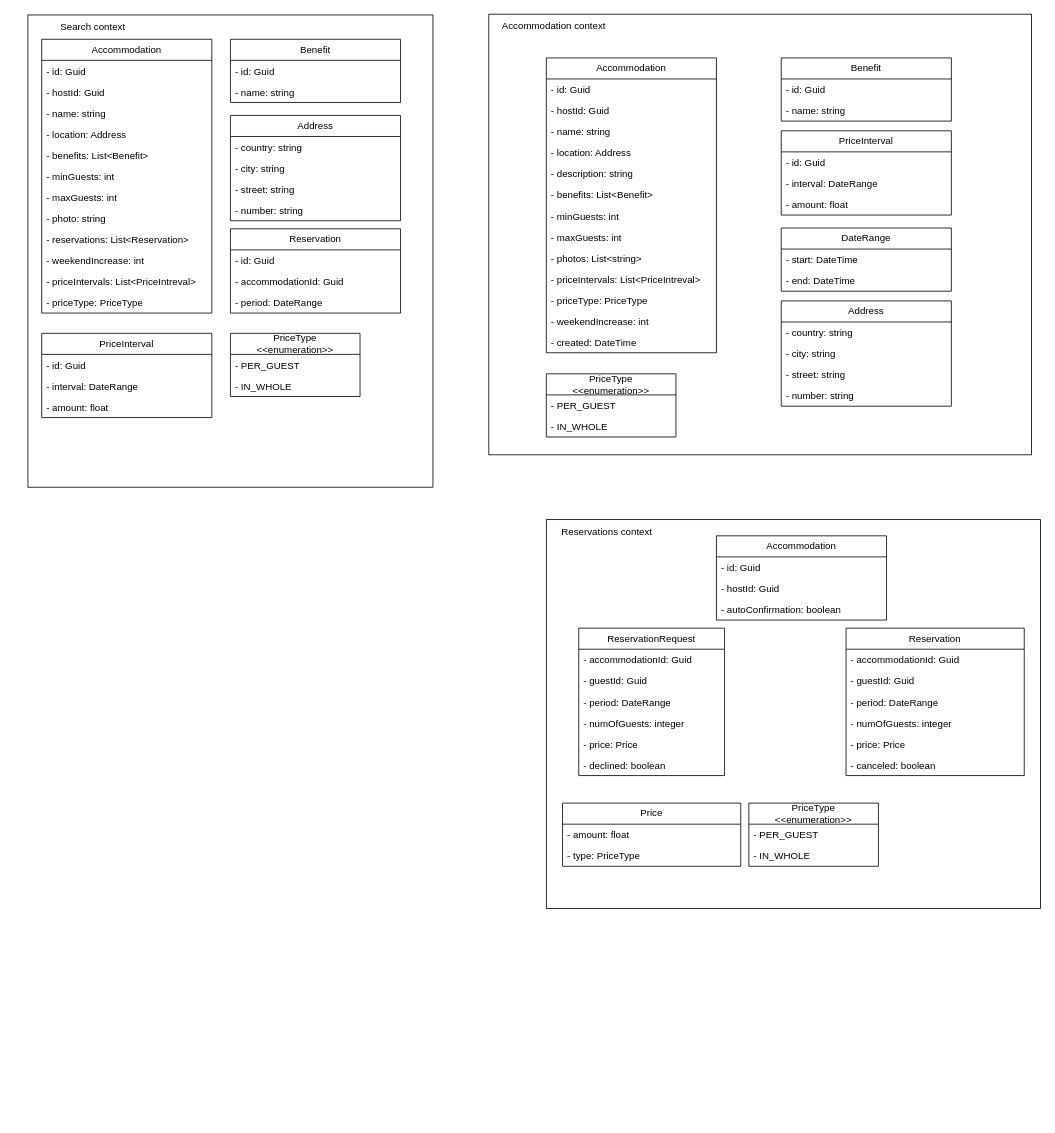
Above: accommodation-booking/architecture.drawio in markor33/booking-app (draw.io), before the change. Source tidied: cells renumbered, new cells numbered last; positions are measured from the earlier drawing's top-left corner, leaving out a move shared by most shapes. Both pictures are drawn from the tidied source at 81%, with x=0, y=0 at pixel (28, 14).
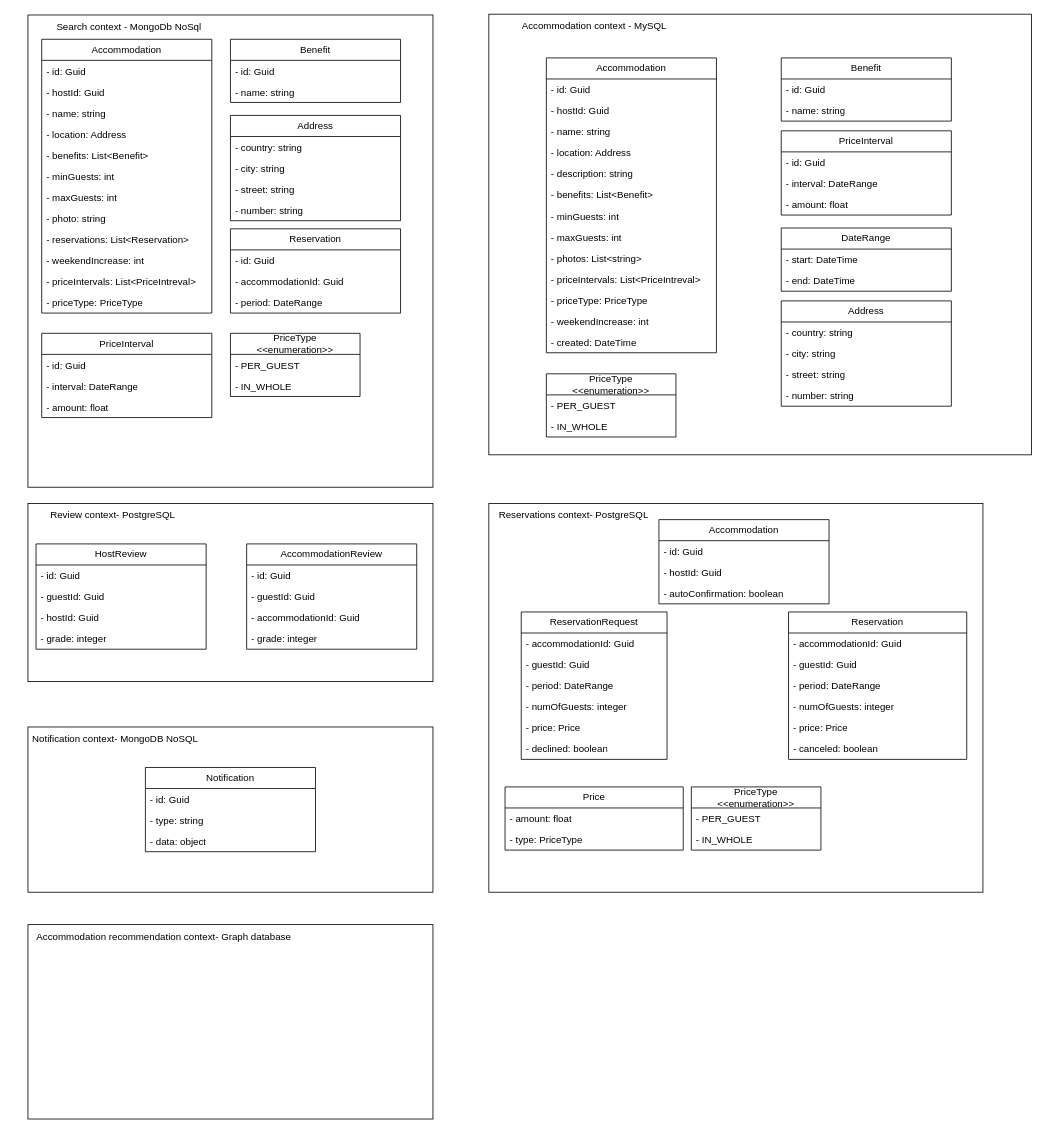
After the change.

The edit, as a diff of the source:
```diff
@@
+    <mxCell id="96" style="rounded=0;whiteSpace=wrap;html=1;" parent="1" vertex="1">
+      <mxGeometry y="880" width="500" height="204" as="geometry" />
+    </mxCell>
+    <mxCell id="97" style="rounded=0;whiteSpace=wrap;html=1;" parent="1" vertex="1">
+      <mxGeometry y="604" width="500" height="220" as="geometry" />
+    </mxCell>
@@
     <mxCell id="3" style="rounded=0;whiteSpace=wrap;html=1;" parent="1" vertex="1">
-      <mxGeometry x="640" y="624" width="610" height="480" as="geometry" />
+      <mxGeometry x="569" y="604" width="610" height="480" as="geometry" />
     </mxCell>
     <mxCell id="4" value="ReservationRequest" style="swimlane;fontStyle=0;horizontal=1;startSize=26;fillColor=none;whiteSpace=wrap;html=1;" parent="1" vertex="1">
-      <mxGeometry x="680" y="758" width="180" height="182" as="geometry" />
+      <mxGeometry x="609" y="738" width="180" height="182" as="geometry" />
     </mxCell>
@@
     <mxCell id="11" value="Accommodation" style="swimlane;fontStyle=0;horizontal=1;startSize=26;fillColor=none;whiteSpace=wrap;html=1;" parent="1" vertex="1">
-      <mxGeometry x="850" y="644" width="210" height="104" as="geometry" />
+      <mxGeometry x="779" y="624" width="210" height="104" as="geometry" />
     </mxCell>
@@
     <mxCell id="15" value="Reservation" style="swimlane;fontStyle=0;horizontal=1;startSize=26;fillColor=none;whiteSpace=wrap;html=1;" parent="1" vertex="1">
-      <mxGeometry x="1010" y="758" width="220" height="182" as="geometry" />
+      <mxGeometry x="939" y="738" width="220" height="182" as="geometry" />
     </mxCell>
@@
     <mxCell id="22" value="Price" style="swimlane;fontStyle=0;horizontal=1;startSize=26;fillColor=none;whiteSpace=wrap;html=1;" parent="1" vertex="1">
-      <mxGeometry x="660" y="974" width="220" height="78" as="geometry" />
+      <mxGeometry x="589" y="954" width="220" height="78" as="geometry" />
     </mxCell>
@@
     <mxCell id="25" value="PriceType&lt;br&gt;&amp;lt;&amp;lt;enumeration&amp;gt;&amp;gt;" style="swimlane;fontStyle=0;horizontal=1;startSize=26;fillColor=none;whiteSpace=wrap;html=1;" parent="1" vertex="1">
-      <mxGeometry x="890" y="974" width="160" height="78" as="geometry" />
+      <mxGeometry x="819" y="954" width="160" height="78" as="geometry" />
     </mxCell>
@@
-    <mxCell id="28" value="Reservations context" style="text;html=1;strokeColor=none;fillColor=none;align=center;verticalAlign=middle;whiteSpace=wrap;rounded=0;" parent="1" vertex="1">
-      <mxGeometry x="640" y="624" width="150" height="30" as="geometry" />
+    <mxCell id="28" value="Reservations context- PostgreSQL" style="text;html=1;strokeColor=none;fillColor=none;align=center;verticalAlign=middle;whiteSpace=wrap;rounded=0;" parent="1" vertex="1">
+      <mxGeometry x="569" y="604" width="210" height="30" as="geometry" />
     </mxCell>
@@
-    <mxCell id="61" value="Accommodation context" style="text;html=1;strokeColor=none;fillColor=none;align=center;verticalAlign=middle;whiteSpace=wrap;rounded=0;" parent="1" vertex="1">
-      <mxGeometry x="569" width="161" height="30" as="geometry" />
+    <mxCell id="61" value="Accommodation context - MySQL" style="text;html=1;strokeColor=none;fillColor=none;align=center;verticalAlign=middle;whiteSpace=wrap;rounded=0;" parent="1" vertex="1">
+      <mxGeometry x="569" width="261" height="30" as="geometry" />
     </mxCell>
@@
-    <mxCell id="63" value="Search context" style="text;html=1;strokeColor=none;fillColor=none;align=center;verticalAlign=middle;whiteSpace=wrap;rounded=0;" parent="1" vertex="1">
-      <mxGeometry y="1" width="161" height="30" as="geometry" />
+    <mxCell id="63" value="Search context - MongoDb NoSql" style="text;html=1;strokeColor=none;fillColor=none;align=center;verticalAlign=middle;whiteSpace=wrap;rounded=0;" parent="1" vertex="1">
+      <mxGeometry y="1" width="250" height="30" as="geometry" />
     </mxCell>
@@
+    <mxCell id="98" value="HostReview" style="swimlane;fontStyle=0;horizontal=1;startSize=26;fillColor=none;whiteSpace=wrap;html=1;" parent="1" vertex="1">
+      <mxGeometry x="10" y="654" width="210" height="130" as="geometry" />
+    </mxCell>
+    <mxCell id="99" value="- id: Guid" style="text;strokeColor=none;fillColor=none;align=left;verticalAlign=top;spacingLeft=4;spacingRight=4;overflow=hidden;whiteSpace=wrap;html=1;" parent="98" vertex="1">
+      <mxGeometry y="26" width="210" height="26" as="geometry" />
+    </mxCell>
+    <mxCell id="100" value="- guestId: Guid" style="text;strokeColor=none;fillColor=none;align=left;verticalAlign=top;spacingLeft=4;spacingRight=4;overflow=hidden;whiteSpace=wrap;html=1;" parent="98" vertex="1">
+      <mxGeometry y="52" width="210" height="26" as="geometry" />
+    </mxCell>
+    <mxCell id="101" value="- hostId: Guid" style="text;strokeColor=none;fillColor=none;align=left;verticalAlign=top;spacingLeft=4;spacingRight=4;overflow=hidden;whiteSpace=wrap;html=1;" parent="98" vertex="1">
+      <mxGeometry y="78" width="210" height="26" as="geometry" />
+    </mxCell>
+    <mxCell id="102" value="- grade: integer" style="text;strokeColor=none;fillColor=none;align=left;verticalAlign=top;spacingLeft=4;spacingRight=4;overflow=hidden;whiteSpace=wrap;html=1;" parent="98" vertex="1">
+      <mxGeometry y="104" width="210" height="26" as="geometry" />
+    </mxCell>
+    <mxCell id="103" value="AccommodationReview" style="swimlane;fontStyle=0;horizontal=1;startSize=26;fillColor=none;whiteSpace=wrap;html=1;" parent="1" vertex="1">
+      <mxGeometry x="270" y="654" width="210" height="130" as="geometry" />
+    </mxCell>
+    <mxCell id="104" value="- id: Guid" style="text;strokeColor=none;fillColor=none;align=left;verticalAlign=top;spacingLeft=4;spacingRight=4;overflow=hidden;whiteSpace=wrap;html=1;" parent="103" vertex="1">
+      <mxGeometry y="26" width="210" height="26" as="geometry" />
+    </mxCell>
+    <mxCell id="105" value="- guestId: Guid" style="text;strokeColor=none;fillColor=none;align=left;verticalAlign=top;spacingLeft=4;spacingRight=4;overflow=hidden;whiteSpace=wrap;html=1;" parent="103" vertex="1">
+      <mxGeometry y="52" width="210" height="26" as="geometry" />
+    </mxCell>
+    <mxCell id="106" value="- accommodationId: Guid" style="text;strokeColor=none;fillColor=none;align=left;verticalAlign=top;spacingLeft=4;spacingRight=4;overflow=hidden;whiteSpace=wrap;html=1;" parent="103" vertex="1">
+      <mxGeometry y="78" width="210" height="26" as="geometry" />
+    </mxCell>
+    <mxCell id="107" value="- grade: integer" style="text;strokeColor=none;fillColor=none;align=left;verticalAlign=top;spacingLeft=4;spacingRight=4;overflow=hidden;whiteSpace=wrap;html=1;" parent="103" vertex="1">
+      <mxGeometry y="104" width="210" height="26" as="geometry" />
+    </mxCell>
+    <mxCell id="108" value="Review context- PostgreSQL" style="text;html=1;strokeColor=none;fillColor=none;align=center;verticalAlign=middle;whiteSpace=wrap;rounded=0;" parent="1" vertex="1">
+      <mxGeometry y="604" width="210" height="30" as="geometry" />
+    </mxCell>
+    <mxCell id="109" value="Notification" style="swimlane;fontStyle=0;horizontal=1;startSize=26;fillColor=none;whiteSpace=wrap;html=1;" parent="1" vertex="1">
+      <mxGeometry x="145" y="930" width="210" height="104" as="geometry" />
+    </mxCell>
+    <mxCell id="110" value="- id: Guid" style="text;strokeColor=none;fillColor=none;align=left;verticalAlign=top;spacingLeft=4;spacingRight=4;overflow=hidden;whiteSpace=wrap;html=1;" parent="109" vertex="1">
+      <mxGeometry y="26" width="210" height="26" as="geometry" />
+    </mxCell>
+    <mxCell id="111" value="- type: string" style="text;strokeColor=none;fillColor=none;align=left;verticalAlign=top;spacingLeft=4;spacingRight=4;overflow=hidden;whiteSpace=wrap;html=1;" parent="109" vertex="1">
+      <mxGeometry y="52" width="210" height="26" as="geometry" />
+    </mxCell>
+    <mxCell id="112" value="- data: object" style="text;strokeColor=none;fillColor=none;align=left;verticalAlign=top;spacingLeft=4;spacingRight=4;overflow=hidden;whiteSpace=wrap;html=1;" parent="109" vertex="1">
+      <mxGeometry y="78" width="210" height="26" as="geometry" />
+    </mxCell>
+    <mxCell id="113" value="Notification context- MongoDB NoSQL" style="text;html=1;strokeColor=none;fillColor=none;align=center;verticalAlign=middle;whiteSpace=wrap;rounded=0;" parent="1" vertex="1">
+      <mxGeometry x="3" y="880" width="210" height="30" as="geometry" />
+    </mxCell>
+    <mxCell id="114" style="rounded=0;whiteSpace=wrap;html=1;" parent="1" vertex="1">
+      <mxGeometry y="1124" width="500" height="240" as="geometry" />
+    </mxCell>
+    <mxCell id="115" value="Accommodation recommendation context- Graph database" style="text;html=1;strokeColor=none;fillColor=none;align=center;verticalAlign=middle;whiteSpace=wrap;rounded=0;" parent="1" vertex="1">
+      <mxGeometry x="-17" y="1124" width="370" height="30" as="geometry" />
+    </mxCell>
```
